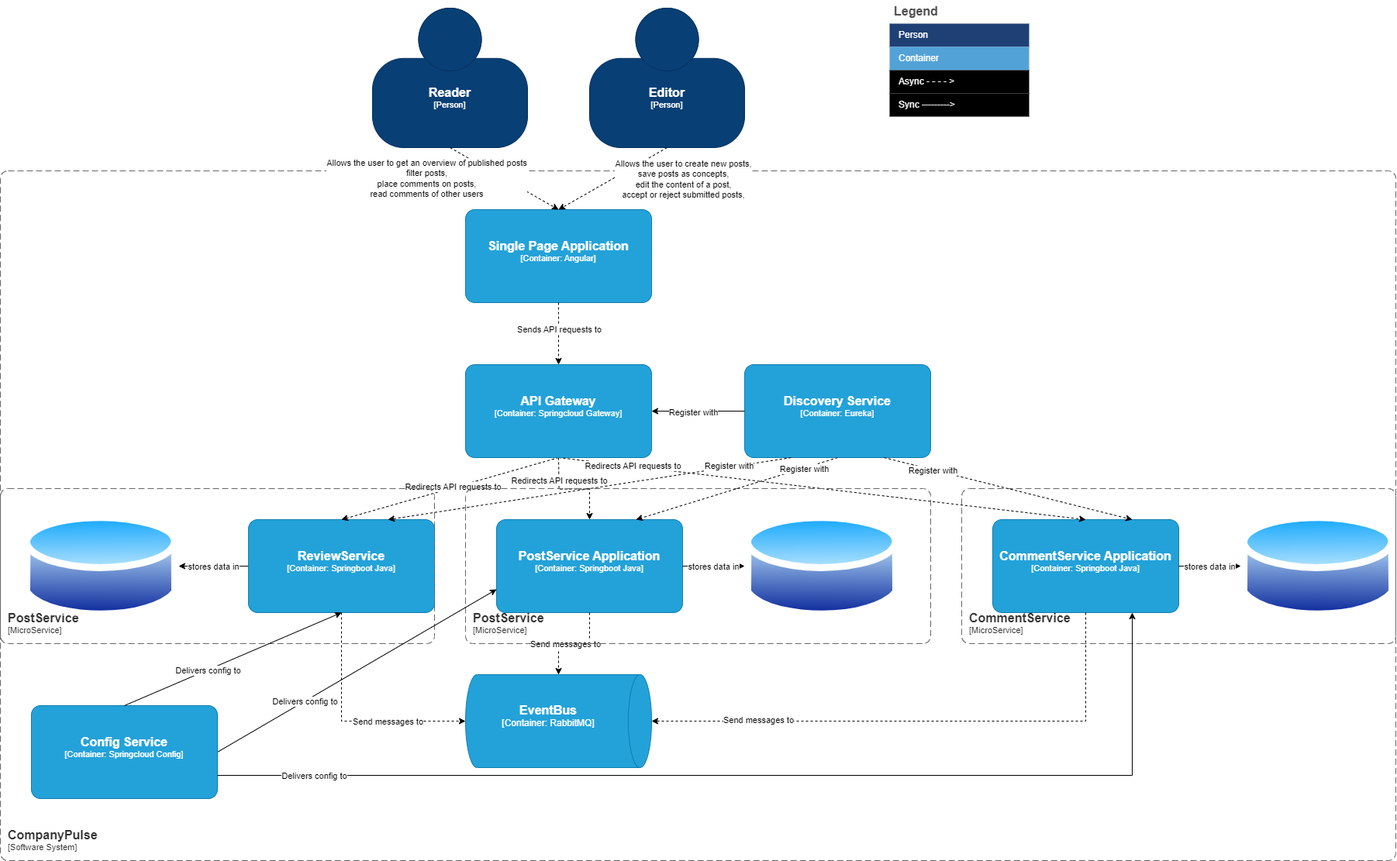
pxlit-projects/project-BenteBussePXL keeps this draw.io diagram as architecture/C4ModelJavaProject.drawio.png. Above is the earlier version. Source tidied: cells renumbered, new cells last; positions are measured from the earlier drawing's top-left corner, leaving out a move shared by most shapes.
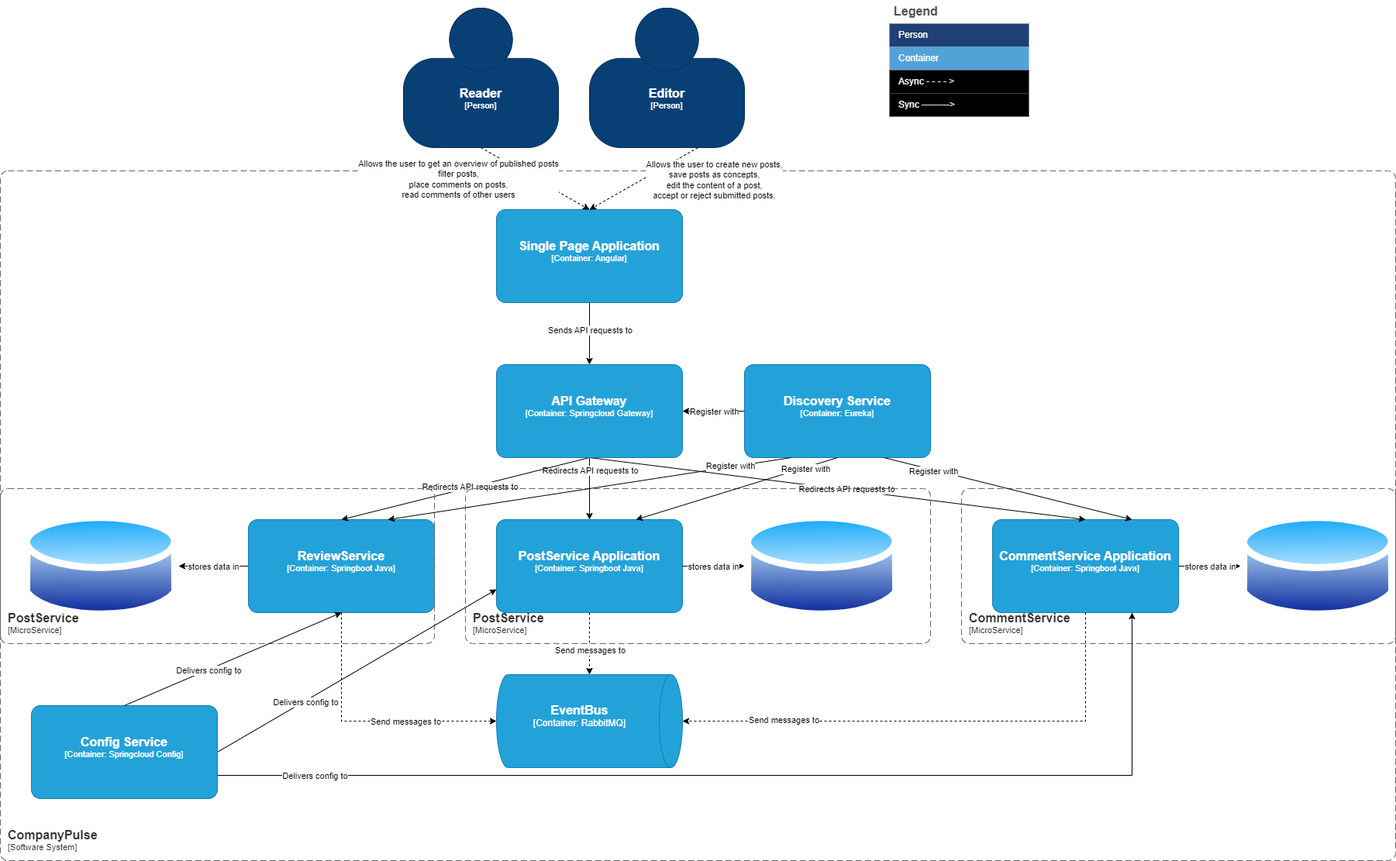
Above is the later version.

Change to the diagram source:
```diff
@@ -9,7 +9,7 @@
     </object>
     <object id="3" label="&lt;font style=&quot;font-size: 16px&quot;&gt;&lt;b&gt;%c4Name%&lt;/b&gt;&lt;/font&gt;&lt;div&gt;[%c4Type%: %c4Technology%]&lt;/div&gt;&lt;br&gt;&lt;div&gt;&lt;font style=&quot;font-size: 11px&quot;&gt;&lt;font color=&quot;#E6E6E6&quot;&gt;%c4Description%&lt;/font&gt;&lt;/div&gt;" c4Description="" c4Name="Single Page Application" c4Technology="Angular" c4Type="Container" placeholders="1">
       <mxCell style="rounded=1;whiteSpace=wrap;html=1;fontSize=11;labelBackgroundColor=none;fillColor=#23A2D9;fontColor=#ffffff;align=center;arcSize=10;strokeColor=#0E7DAD;points=[[0.25,0,0],[0.5,0,0],[0.75,0,0],[1,0.25,0],[1,0.5,0],[1,0.75,0],[0.75,1,0],[0.5,1,0],[0.25,1,0],[0,0.75,0],[0,0.5,0],[0,0.25,0]];" parent="1" vertex="1">
-        <mxGeometry x="600" y="270" width="240" height="120" as="geometry" />
+        <mxGeometry x="640" y="270" width="240" height="120" as="geometry" />
       </mxCell>
     </object>
     <object id="4" label="&lt;font style=&quot;font-size: 16px&quot;&gt;&lt;b&gt;%c4Name%&lt;/b&gt;&lt;/font&gt;&lt;div&gt;[%c4Type%]&lt;/div&gt;&lt;br&gt;&lt;div&gt;&lt;font style=&quot;font-size: 11px&quot;&gt;&lt;font color=&quot;#cccccc&quot;&gt;%c4Description%&lt;/font&gt;&lt;/div&gt;" c4Description="" c4Name="Editor" c4Type="Person" placeholders="1">
@@ -19,7 +19,7 @@
     </object>
     <object id="5" label="&lt;font style=&quot;font-size: 16px&quot;&gt;&lt;b&gt;%c4Name%&lt;/b&gt;&lt;/font&gt;&lt;div&gt;[%c4Type%]&lt;/div&gt;&lt;br&gt;&lt;div&gt;&lt;font style=&quot;font-size: 11px&quot;&gt;&lt;font color=&quot;#cccccc&quot;&gt;%c4Description%&lt;/font&gt;&lt;/div&gt;" c4Description="" c4Name="Reader" c4Type="Person" placeholders="1">
       <mxCell style="html=1;fontSize=11;dashed=0;whiteSpace=wrap;fillColor=#083F75;strokeColor=#06315C;fontColor=#ffffff;shape=mxgraph.c4.person2;align=center;points=[[0.5,0,0],[1,0.5,0],[1,0.75,0],[0.75,1,0],[0.5,1,0],[0.25,1,0],[0,0.75,0],[0,0.5,0]];" parent="1" vertex="1">
-        <mxGeometry x="480" y="10" width="200" height="180" as="geometry" />
+        <mxGeometry x="520" y="10" width="200" height="180" as="geometry" />
       </mxCell>
     </object>
     <mxCell id="6" style="rounded=0;jettySize=auto;html=1;exitX=0.5;exitY=1;exitDx=0;exitDy=0;exitPerimeter=0;entryX=0.5;entryY=0;entryDx=0;entryDy=0;entryPerimeter=0;dashed=1;" parent="1" edge="1" source="5" target="3">
@@ -30,8 +30,10 @@
         <mxPoint x="-67" y="19" as="offset" />
       </mxGeometry>
     </mxCell>
-    <mxCell id="8" style="rounded=0;jettySize=auto;html=1;exitX=0.5;exitY=1;exitDx=0;exitDy=0;exitPerimeter=0;entryX=0.5;entryY=0;entryDx=0;entryDy=0;entryPerimeter=0;dashed=1;" parent="1" edge="1" source="4" target="3">
-      <mxGeometry relative="1" as="geometry" />
+    <mxCell id="8" style="rounded=0;jettySize=auto;html=1;exitX=0.5;exitY=1;exitDx=0;exitDy=0;exitPerimeter=0;entryX=0.5;entryY=0;entryDx=0;entryDy=0;entryPerimeter=0;dashed=1;" parent="1" edge="1" target="3">
+      <mxGeometry relative="1" as="geometry">
+        <mxPoint x="900" y="190" as="sourcePoint" />
+      </mxGeometry>
     </mxCell>
     <mxCell id="9" value="Allows the user to create new posts, &lt;br&gt;save posts as concepts,&lt;br&gt;edit the content of a post,&lt;br&gt;accept or reject submitted posts," style="edgeLabel;html=1;align=center;verticalAlign=middle;" parent="8" vertex="1">
       <mxGeometry x="-0.08" y="-1" relative="1" as="geometry">
@@ -61,25 +63,23 @@
         <mxGeometry x="1280" y="670" width="240" height="120" as="geometry" />
       </mxCell>
     </object>
-    <mxCell id="15" style="rounded=0;jettySize=auto;html=1;exitX=0.5;exitY=1;exitDx=0;exitDy=0;exitPerimeter=0;entryX=0.5;entryY=0;entryDx=0;entryDy=0;entryPerimeter=0;dashed=1;" parent="1" edge="1" source="22" target="14">
+    <mxCell id="15" style="rounded=0;jettySize=auto;html=1;exitX=0.5;exitY=1;exitDx=0;exitDy=0;exitPerimeter=0;entryX=0.5;entryY=0;entryDx=0;entryDy=0;entryPerimeter=0;" parent="1" edge="1" source="22" target="14">
       <mxGeometry relative="1" as="geometry" />
     </mxCell>
     <mxCell id="16" value="Redirects API requests to" style="edgeLabel;html=1;align=center;verticalAlign=middle;" parent="15" vertex="1">
       <mxGeometry x="-0.72" y="3" relative="1" as="geometry">
-        <mxPoint x="1" y="2" as="offset" />
+        <mxPoint x="241" y="32" as="offset" />
       </mxGeometry>
     </mxCell>
-    <mxCell id="17" style="edgeStyle=orthogonalEdgeStyle;rounded=0;jettySize=auto;html=1;entryX=0.5;entryY=0;entryDx=0;entryDy=0;entryPerimeter=0;dashed=1;" parent="1" edge="1" target="10">
-      <mxGeometry relative="1" as="geometry">
-        <mxPoint x="720" y="590" as="sourcePoint" />
-      </mxGeometry>
+    <mxCell id="17" style="edgeStyle=orthogonalEdgeStyle;rounded=0;jettySize=auto;html=1;entryX=0.5;entryY=0;entryDx=0;entryDy=0;entryPerimeter=0;exitX=0.5;exitY=1;exitDx=0;exitDy=0;exitPerimeter=0;" parent="1" edge="1" source="22" target="10">
+      <mxGeometry relative="1" as="geometry" />
     </mxCell>
     <mxCell id="18" value="Redirects API requests to" style="edgeLabel;html=1;align=center;verticalAlign=middle;" parent="17" vertex="1">
       <mxGeometry x="-0.35" y="1" relative="1" as="geometry">
         <mxPoint x="-1" y="-9" as="offset" />
       </mxGeometry>
     </mxCell>
-    <mxCell id="19" style="rounded=0;jettySize=auto;html=1;exitX=0.5;exitY=1;exitDx=0;exitDy=0;exitPerimeter=0;entryX=0.5;entryY=0;entryDx=0;entryDy=0;entryPerimeter=0;dashed=1;" parent="1" edge="1" source="22" target="13">
+    <mxCell id="19" style="rounded=0;jettySize=auto;html=1;exitX=0.5;exitY=1;exitDx=0;exitDy=0;exitPerimeter=0;entryX=0.5;entryY=0;entryDx=0;entryDy=0;entryPerimeter=0;" parent="1" edge="1" source="22" target="13">
       <mxGeometry relative="1" as="geometry" />
     </mxCell>
     <mxCell id="20" value="Redirects API requests to" style="edgeLabel;html=1;align=center;verticalAlign=middle;" parent="19" vertex="1">
@@ -87,15 +87,15 @@
     </mxCell>
     <object id="21" label="&lt;font style=&quot;font-size: 16px&quot;&gt;&lt;b&gt;%c4Type%&lt;/b&gt;&lt;/font&gt;&lt;div&gt;[%c4Container%:&amp;nbsp;%c4Technology%]&lt;/div&gt;&lt;br&gt;&lt;div&gt;&lt;font style=&quot;font-size: 11px&quot;&gt;&lt;font color=&quot;#E6E6E6&quot;&gt;%c4Description%&lt;/font&gt;&lt;/div&gt;" c4Container="Container" c4Description="" c4Technology="RabbitMQ" c4Type="EventBus" placeholders="1">
       <mxCell style="shape=cylinder3;size=15;direction=south;whiteSpace=wrap;html=1;boundedLbl=1;rounded=0;labelBackgroundColor=none;fillColor=#23A2D9;fontSize=12;fontColor=#ffffff;align=center;strokeColor=#0E7DAD;points=[[0.5,0,0],[1,0.25,0],[1,0.5,0],[1,0.75,0],[0.5,1,0],[0,0.75,0],[0,0.5,0],[0,0.25,0]];" parent="1" vertex="1">
-        <mxGeometry x="600" y="870" width="240" height="120" as="geometry" />
+        <mxGeometry x="640" y="870" width="240" height="120" as="geometry" />
       </mxCell>
     </object>
     <object id="22" label="&lt;font style=&quot;font-size: 16px&quot;&gt;&lt;b&gt;%c4Name%&lt;/b&gt;&lt;/font&gt;&lt;div&gt;[%c4Type%: %c4Technology%]&lt;/div&gt;&lt;br&gt;&lt;div&gt;&lt;font style=&quot;font-size: 11px&quot;&gt;&lt;font color=&quot;#E6E6E6&quot;&gt;%c4Description%&lt;/font&gt;&lt;/div&gt;" c4Description="" c4Name="API Gateway" c4Technology="Springcloud Gateway" c4Type="Container" placeholders="1">
       <mxCell style="rounded=1;whiteSpace=wrap;html=1;fontSize=11;labelBackgroundColor=none;fillColor=#23A2D9;fontColor=#ffffff;align=center;arcSize=10;strokeColor=#0E7DAD;points=[[0.25,0,0],[0.5,0,0],[0.75,0,0],[1,0.25,0],[1,0.5,0],[1,0.75,0],[0.75,1,0],[0.5,1,0],[0.25,1,0],[0,0.75,0],[0,0.5,0],[0,0.25,0]];" parent="1" vertex="1">
-        <mxGeometry x="600" y="470" width="240" height="120" as="geometry" />
+        <mxGeometry x="640" y="470" width="240" height="120" as="geometry" />
       </mxCell>
     </object>
-    <mxCell id="23" style="edgeStyle=orthogonalEdgeStyle;rounded=0;jettySize=auto;html=1;exitX=0.5;exitY=1;exitDx=0;exitDy=0;exitPerimeter=0;entryX=0.5;entryY=0;entryDx=0;entryDy=0;entryPerimeter=0;dashed=1;" parent="1" edge="1" source="3" target="22">
+    <mxCell id="23" style="edgeStyle=orthogonalEdgeStyle;rounded=0;jettySize=auto;html=1;exitX=0.5;exitY=1;exitDx=0;exitDy=0;exitPerimeter=0;entryX=0.5;entryY=0;entryDx=0;entryDy=0;entryPerimeter=0;" parent="1" edge="1" source="3" target="22">
       <mxGeometry relative="1" as="geometry" />
     </mxCell>
     <mxCell id="24" value="Sends API requests to" style="edgeLabel;html=1;align=center;verticalAlign=middle;" parent="23" vertex="1">
@@ -184,23 +184,25 @@
       <mxGeometry relative="1" as="geometry" />
     </mxCell>
     <mxCell id="47" value="Register with" style="edgeLabel;html=1;align=center;verticalAlign=middle;" parent="46" vertex="1">
-      <mxGeometry x="0.11" y="1" relative="1" as="geometry" />
+      <mxGeometry x="0.11" y="1" relative="1" as="geometry">
+        <mxPoint x="5" y="-1" as="offset" />
+      </mxGeometry>
     </mxCell>
-    <mxCell id="48" style="rounded=0;jettySize=auto;html=1;exitX=0.5;exitY=1;exitDx=0;exitDy=0;exitPerimeter=0;entryX=0.75;entryY=0;entryDx=0;entryDy=0;entryPerimeter=0;dashed=1;" parent="1" edge="1" source="45" target="10">
+    <mxCell id="48" style="rounded=0;jettySize=auto;html=1;exitX=0.5;exitY=1;exitDx=0;exitDy=0;exitPerimeter=0;entryX=0.75;entryY=0;entryDx=0;entryDy=0;entryPerimeter=0;" parent="1" edge="1" source="45" target="10">
       <mxGeometry relative="1" as="geometry" />
     </mxCell>
     <mxCell id="49" value="Register with" style="edgeLabel;html=1;align=center;verticalAlign=middle;" parent="48" vertex="1">
       <mxGeometry x="-0.66" y="1" relative="1" as="geometry" />
     </mxCell>
-    <mxCell id="50" style="rounded=0;jettySize=auto;html=1;exitX=0.25;exitY=1;exitDx=0;exitDy=0;exitPerimeter=0;entryX=0.75;entryY=0;entryDx=0;entryDy=0;entryPerimeter=0;dashed=1;" parent="1" edge="1" source="45" target="13">
+    <mxCell id="50" style="rounded=0;jettySize=auto;html=1;exitX=0.25;exitY=1;exitDx=0;exitDy=0;exitPerimeter=0;entryX=0.75;entryY=0;entryDx=0;entryDy=0;entryPerimeter=0;" parent="1" edge="1" source="45" target="13">
       <mxGeometry relative="1" as="geometry" />
     </mxCell>
     <mxCell id="51" value="Register with" style="edgeLabel;html=1;align=center;verticalAlign=middle;" parent="50" vertex="1">
       <mxGeometry x="-0.64" y="-1" relative="1" as="geometry">
-        <mxPoint x="14" y="-3" as="offset" />
+        <mxPoint x="15" y="-4" as="offset" />
       </mxGeometry>
     </mxCell>
-    <mxCell id="52" style="rounded=0;jettySize=auto;html=1;exitX=0.75;exitY=1;exitDx=0;exitDy=0;exitPerimeter=0;entryX=0.75;entryY=0;entryDx=0;entryDy=0;entryPerimeter=0;dashed=1;" parent="1" edge="1" source="45" target="14">
+    <mxCell id="52" style="rounded=0;jettySize=auto;html=1;exitX=0.75;exitY=1;exitDx=0;exitDy=0;exitPerimeter=0;entryX=0.75;entryY=0;entryDx=0;entryDy=0;entryPerimeter=0;" parent="1" edge="1" source="45" target="14">
       <mxGeometry relative="1" as="geometry" />
     </mxCell>
     <mxCell id="53" value="Register with" style="edgeLabel;html=1;align=center;verticalAlign=middle;" parent="52" vertex="1">
```
